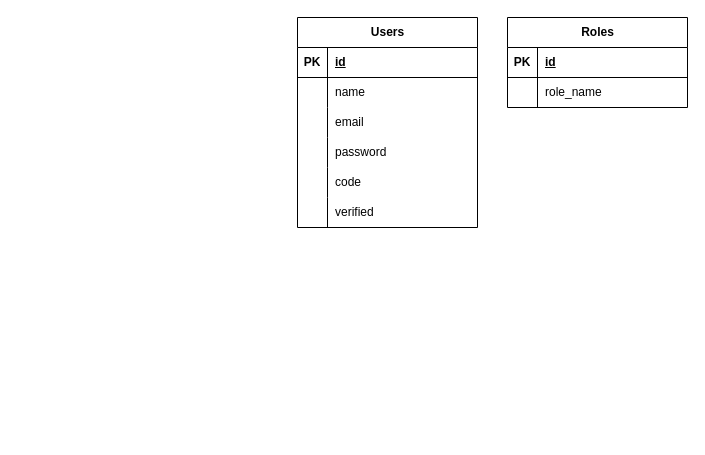
Earlier version of the draw.io diagram sitedb.drawio (GadoGadoEnjoyer/GadoGadoEnjoyer). Source tidied: cells renumbered, new cells numbered last; positions are measured from the earlier drawing's top-left corner, leaving out a move shared by most shapes. Both pictures are drawn from the tidied source at 100%, with x=0, y=0 at pixel (297, 17).
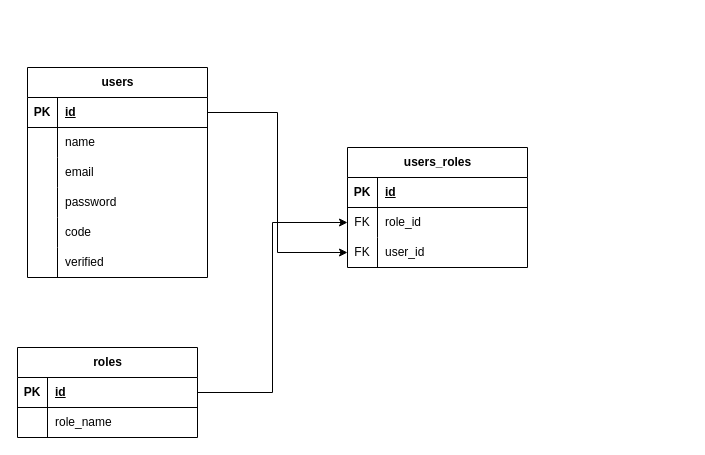
After the change.

Commit message:
help (oooo arrows!)

The change refers to these unchanged cells:
```xml
<mxCell id="3" style="shape=tableRow;horizontal=0;startSize=0;swimlaneHead=0;swimlaneBody=0;fillColor=none;points=[[0,0.5],[1,0.5]];portConstraint=eastwest;top=0;left=0;right=0;bottom=1;" parent="2" vertex="1">
  <mxGeometry y="30" width="180" height="30" as="geometry" />
</mxCell>
<mxCell id="22" style="shape=tableRow;horizontal=0;startSize=0;swimlaneHead=0;swimlaneBody=0;fillColor=none;points=[[0,0.5],[1,0.5]];portConstraint=eastwest;top=0;left=0;right=0;bottom=1;" parent="21" vertex="1">
  <mxGeometry y="30" width="180" height="30" as="geometry" />
</mxCell>
```

What changed in the source:
```diff
@@
-    <mxCell id="2" value="Users" style="shape=table;startSize=30;childLayout=tableLayout;rowLines=0;fontStyle=1;align=center;html=1;" parent="1" vertex="1">
-      <mxGeometry width="180" height="210" as="geometry" />
+    <mxCell id="2" value="users" style="shape=table;startSize=30;childLayout=tableLayout;rowLines=0;fontStyle=1;align=center;html=1;" parent="1" vertex="1">
+      <mxGeometry x="-270" y="50" width="180" height="210" as="geometry" />
     </mxCell>
@@
-    <mxCell id="21" value="Roles" style="shape=table;startSize=30;childLayout=tableLayout;rowLines=0;fontStyle=1;align=center;html=1;" parent="1" vertex="1">
-      <mxGeometry x="210" width="180" height="90" as="geometry" />
+    <mxCell id="21" value="roles" style="shape=table;startSize=30;childLayout=tableLayout;rowLines=0;fontStyle=1;align=center;html=1;" parent="1" vertex="1">
+      <mxGeometry x="-280" y="330" width="180" height="90" as="geometry" />
     </mxCell>
@@
+    <mxCell id="28" value="users_roles" style="shape=table;startSize=30;childLayout=tableLayout;rowLines=0;fontStyle=1;align=center;html=1;" parent="1" vertex="1">
+      <mxGeometry x="50" y="130" width="180" height="120" as="geometry" />
+    </mxCell>
+    <mxCell id="29" style="shape=tableRow;horizontal=0;startSize=0;swimlaneHead=0;swimlaneBody=0;fillColor=none;top=0;left=0;right=0;bottom=1;" parent="28" vertex="1">
+      <mxGeometry y="30" width="180" height="30" as="geometry" />
+    </mxCell>
+    <mxCell id="30" value="PK" style="shape=partialRectangle;fillColor=none;top=0;left=0;bottom=0;right=0;fontStyle=1;overflow=hidden;whiteSpace=wrap;html=1;" parent="29" vertex="1">
+      <mxGeometry width="30" height="30" as="geometry" />
+    </mxCell>
+    <mxCell id="31" value="id" style="shape=partialRectangle;fillColor=none;top=0;left=0;bottom=0;right=0;align=left;spacingLeft=6;fontStyle=5;overflow=hidden;whiteSpace=wrap;html=1;" parent="29" vertex="1">
+      <mxGeometry x="30" width="150" height="30" as="geometry" />
+    </mxCell>
+    <mxCell id="32" style="shape=tableRow;horizontal=0;startSize=0;swimlaneHead=0;swimlaneBody=0;fillColor=none;points=[[0,0.5],[1,0.5]];portConstraint=eastwest;top=0;left=0;right=0;bottom=0;" parent="28" vertex="1">
+      <mxGeometry y="60" width="180" height="30" as="geometry" />
+    </mxCell>
+    <mxCell id="33" value="FK" style="shape=partialRectangle;fillColor=none;top=0;left=0;bottom=0;right=0;overflow=hidden;whiteSpace=wrap;html=1;" parent="32" vertex="1">
+      <mxGeometry width="30" height="30" as="geometry" />
+    </mxCell>
+    <mxCell id="34" value="role_id" style="shape=partialRectangle;fillColor=none;top=0;left=0;bottom=0;right=0;align=left;spacingLeft=6;overflow=hidden;whiteSpace=wrap;html=1;" parent="32" vertex="1">
+      <mxGeometry x="30" width="150" height="30" as="geometry" />
+    </mxCell>
+    <mxCell id="35" style="shape=tableRow;horizontal=0;startSize=0;swimlaneHead=0;swimlaneBody=0;fillColor=none;points=[[0,0.5],[1,0.5]];portConstraint=eastwest;top=0;left=0;right=0;bottom=0;" parent="28" vertex="1">
+      <mxGeometry y="90" width="180" height="30" as="geometry" />
+    </mxCell>
+    <mxCell id="36" value="FK" style="shape=partialRectangle;fillColor=none;top=0;left=0;bottom=0;right=0;overflow=hidden;whiteSpace=wrap;html=1;" parent="35" vertex="1">
+      <mxGeometry width="30" height="30" as="geometry" />
+    </mxCell>
+    <mxCell id="37" value="user_id" style="shape=partialRectangle;fillColor=none;top=0;left=0;bottom=0;right=0;align=left;spacingLeft=6;overflow=hidden;whiteSpace=wrap;html=1;" parent="35" vertex="1">
+      <mxGeometry x="30" width="150" height="30" as="geometry" />
+    </mxCell>
+    <mxCell id="38" style="edgeStyle=orthogonalEdgeStyle;rounded=0;jettySize=auto;html=1;" parent="1" edge="1" source="3" target="35">
+      <mxGeometry relative="1" as="geometry" />
+    </mxCell>
+    <mxCell id="39" style="edgeStyle=orthogonalEdgeStyle;rounded=0;jettySize=auto;html=1;entryX=0;entryY=0.5;entryDx=0;entryDy=0;" parent="1" edge="1" source="22" target="32">
+      <mxGeometry relative="1" as="geometry" />
+    </mxCell>
```
